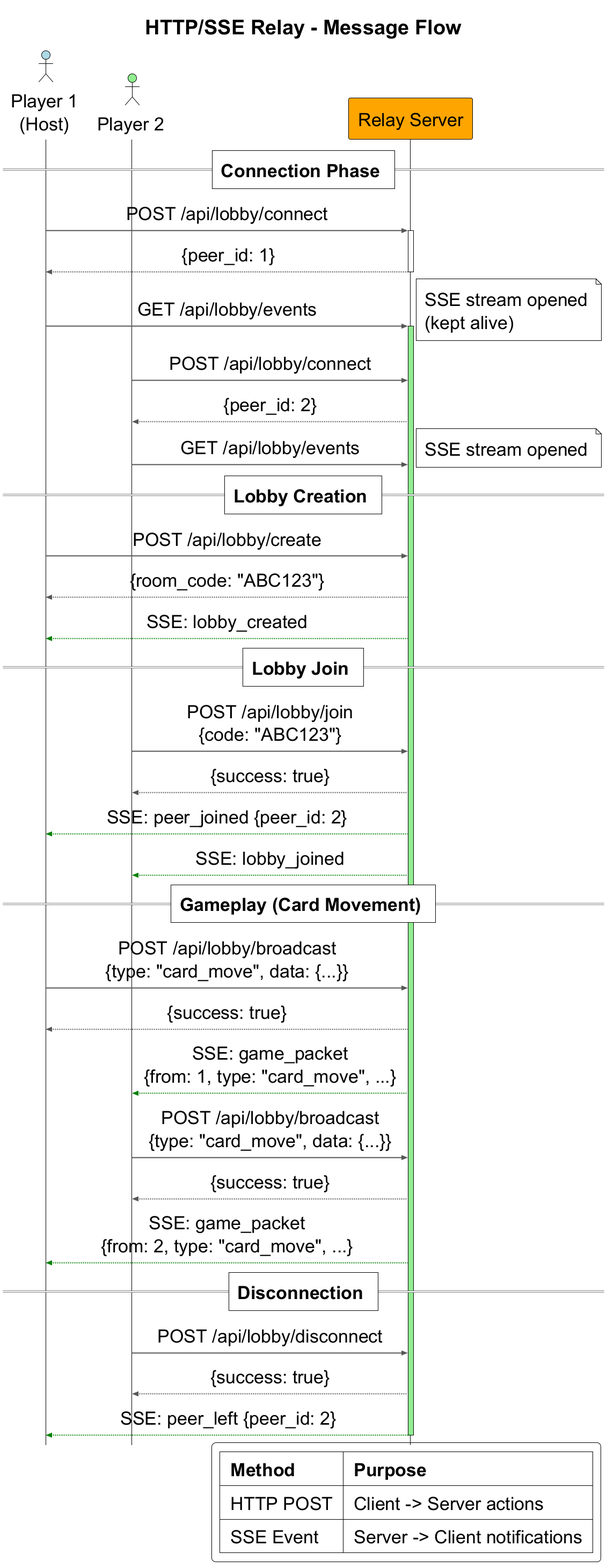
This is figures/diagrams/http-sse-sequence.png from Siponek/HPC-thesis, a PlantUML export, as it was before one commit.
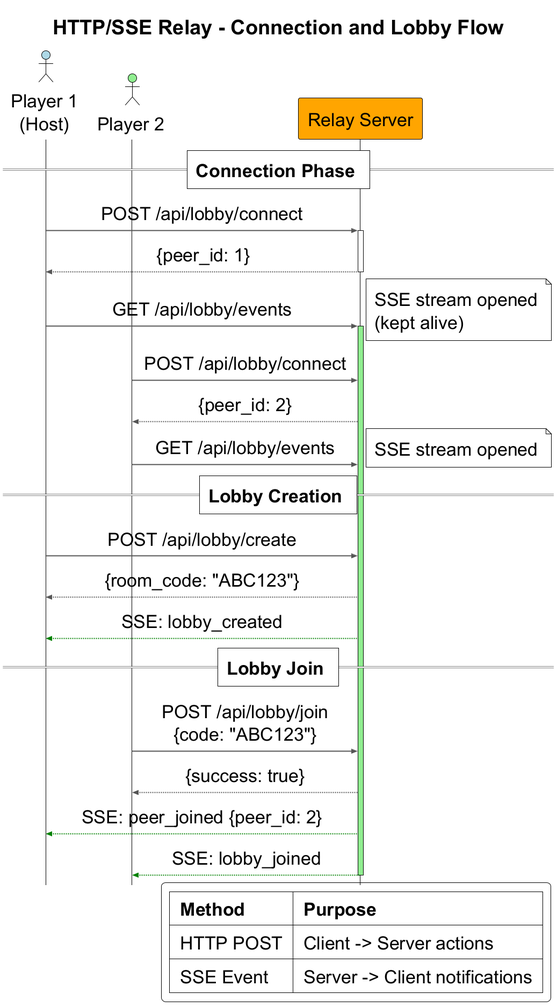
After the change.

Commit message:
Split the SSE diagram. added const_generator plugin. Added lobby and multi options pngs, fix in dedications

The edit, as a diff of the source:
```diff
@@ -3,7 +3,7 @@
 !include ../shared/theme.puml
 skinparam sequenceMessageAlign center
 
-title HTTP/SSE Relay - Message Flow
+title HTTP/SSE Relay - Connection and Lobby Flow
 
 actor "Player 1\n(Host)" as P1 #LightBlue
 actor "Player 2" as P2 #LightGreen
@@ -38,22 +38,6 @@
 RS --> P2 : {success: true}
 RS -[#Green]-> P1 : SSE: peer_joined {peer_id: 2}
 RS -[#Green]-> P2 : SSE: lobby_joined
-
-== Gameplay (Card Movement) ==
-
-P1 -> RS : POST /api/lobby/broadcast\n{type: "card_move", data: {...}}
-RS --> P1 : {success: true}
-RS -[#Green]-> P2 : SSE: game_packet\n{from: 1, type: "card_move", ...}
-
-P2 -> RS : POST /api/lobby/broadcast\n{type: "card_move", data: {...}}
-RS --> P2 : {success: true}
-RS -[#Green]-> P1 : SSE: game_packet\n{from: 2, type: "card_move", ...}
-
-== Disconnection ==
-
-P2 -> RS : POST /api/lobby/disconnect
-RS --> P2 : {success: true}
-RS -[#Green]-> P1 : SSE: peer_left {peer_id: 2}
 deactivate RS
 
 legend right
```
